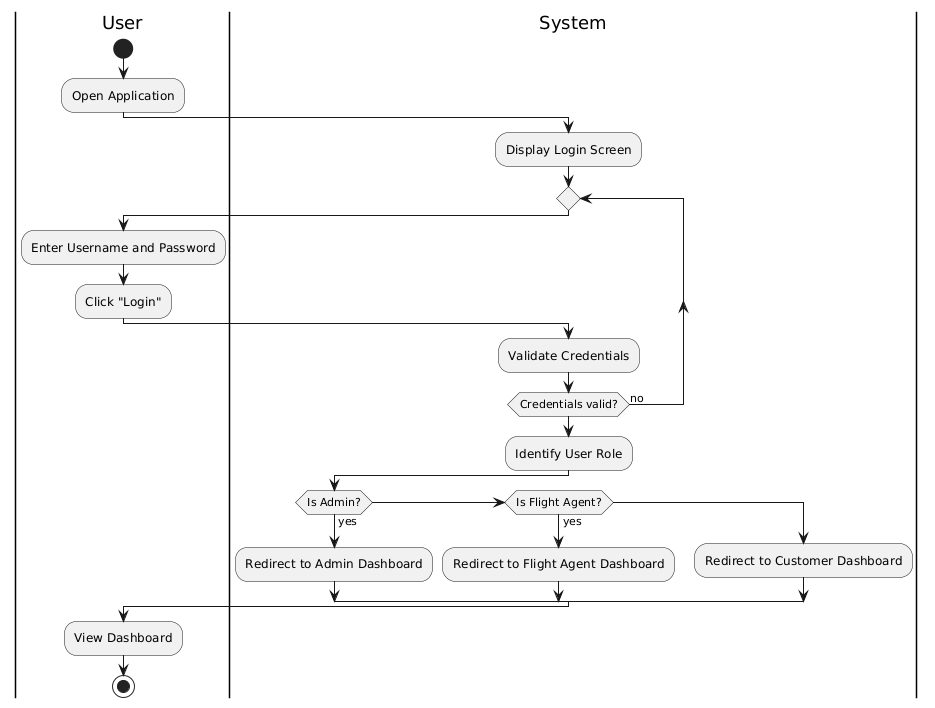
Before: docs/diagrams/activity/login.png, a diagram exported from PlantUML (camdnnn/614-Project). Source of this version:
```plantuml
@startuml
|User|
start
:Open Application;

|System|
:Display Login Screen;

repeat
  |User|
  :Enter Username and Password;
  :Click "Login";

  |System|
  :Validate Credentials;
repeat while (Credentials valid?) is (no)

|System|
:Identify User Role;
if (Is Admin?) then (yes)
  :Redirect to Admin Dashboard;
elseif (Is Flight Agent?) then (yes)
  :Redirect to Flight Agent Dashboard;
else
  :Redirect to Customer Dashboard;
endif

|User|
:View Dashboard;
stop
@enduml
```
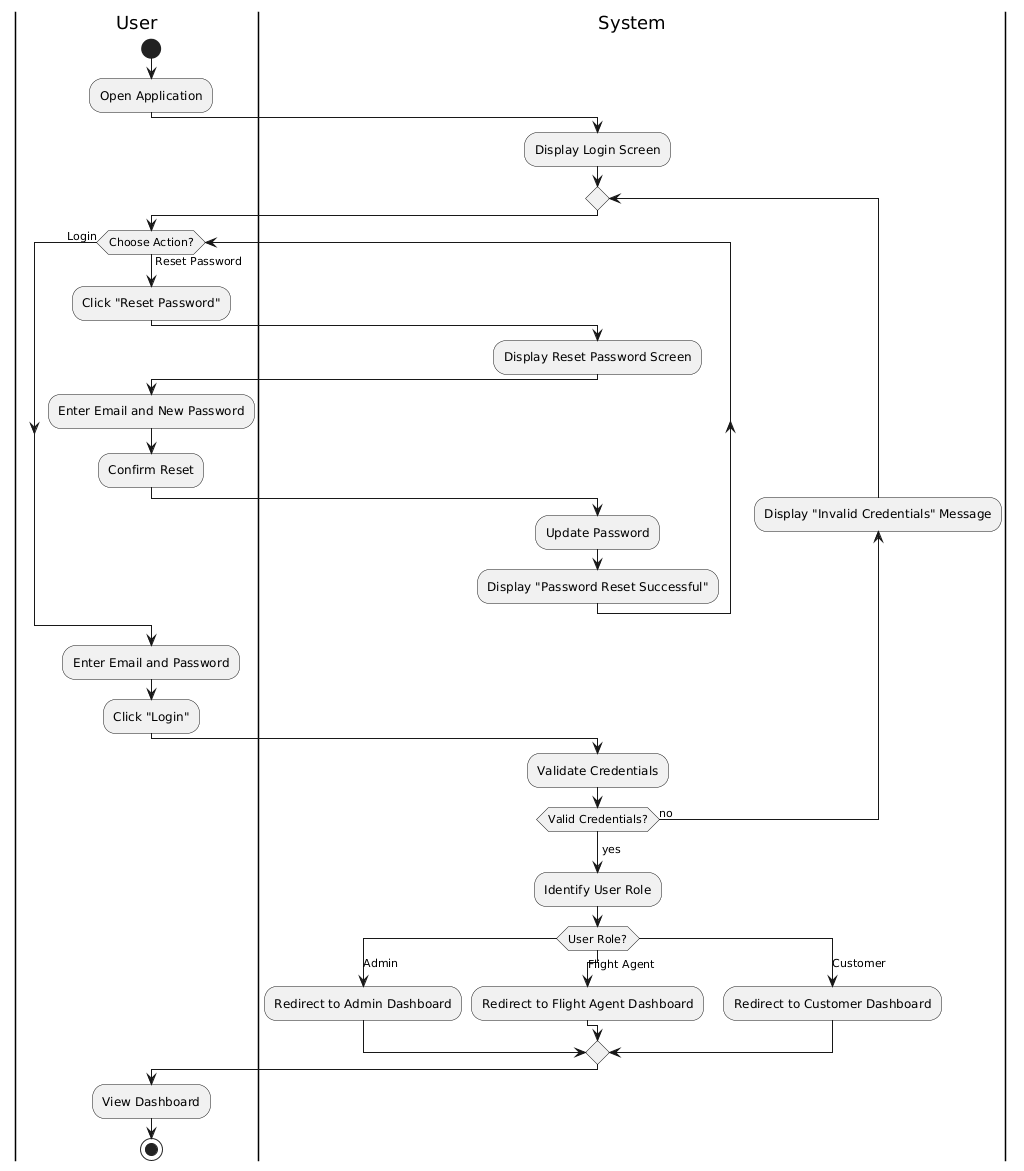
The same diagram one commit later.

Commit message:
added reset password to login

The edit, as a diff of the source:
```diff
@@ -8,22 +8,38 @@
 
 repeat
   |User|
-  :Enter Username and Password;
+  while (Choose Action?) is (Reset Password)
+    :Click "Reset Password";
+    |System|
+    :Display Reset Password Screen;
+    |User|
+    :Enter Email and New Password;
+    :Confirm Reset;
+    |System|
+    :Update Password;
+    :Display "Password Reset Successful";
+  endwhile (Login)
+
+  |User|
+  :Enter Email and Password;
   :Click "Login";
 
   |System|
   :Validate Credentials;
-repeat while (Credentials valid?) is (no)
 
-|System|
-:Identify User Role;
-if (Is Admin?) then (yes)
-  :Redirect to Admin Dashboard;
-elseif (Is Flight Agent?) then (yes)
-  :Redirect to Flight Agent Dashboard;
-else
-  :Redirect to Customer Dashboard;
-endif
+  backward:Display "Invalid Credentials" Message;
+  repeat while (Valid Credentials?) is (no)
+  ->yes;
+  :Identify User Role;
+
+  switch(User Role?)
+  case (Admin)
+    :Redirect to Admin Dashboard;
+  case (Flight Agent)
+    :Redirect to Flight Agent Dashboard;
+  case (Customer)
+    :Redirect to Customer Dashboard;
+  endswitch
 
 |User|
 :View Dashboard;
```
